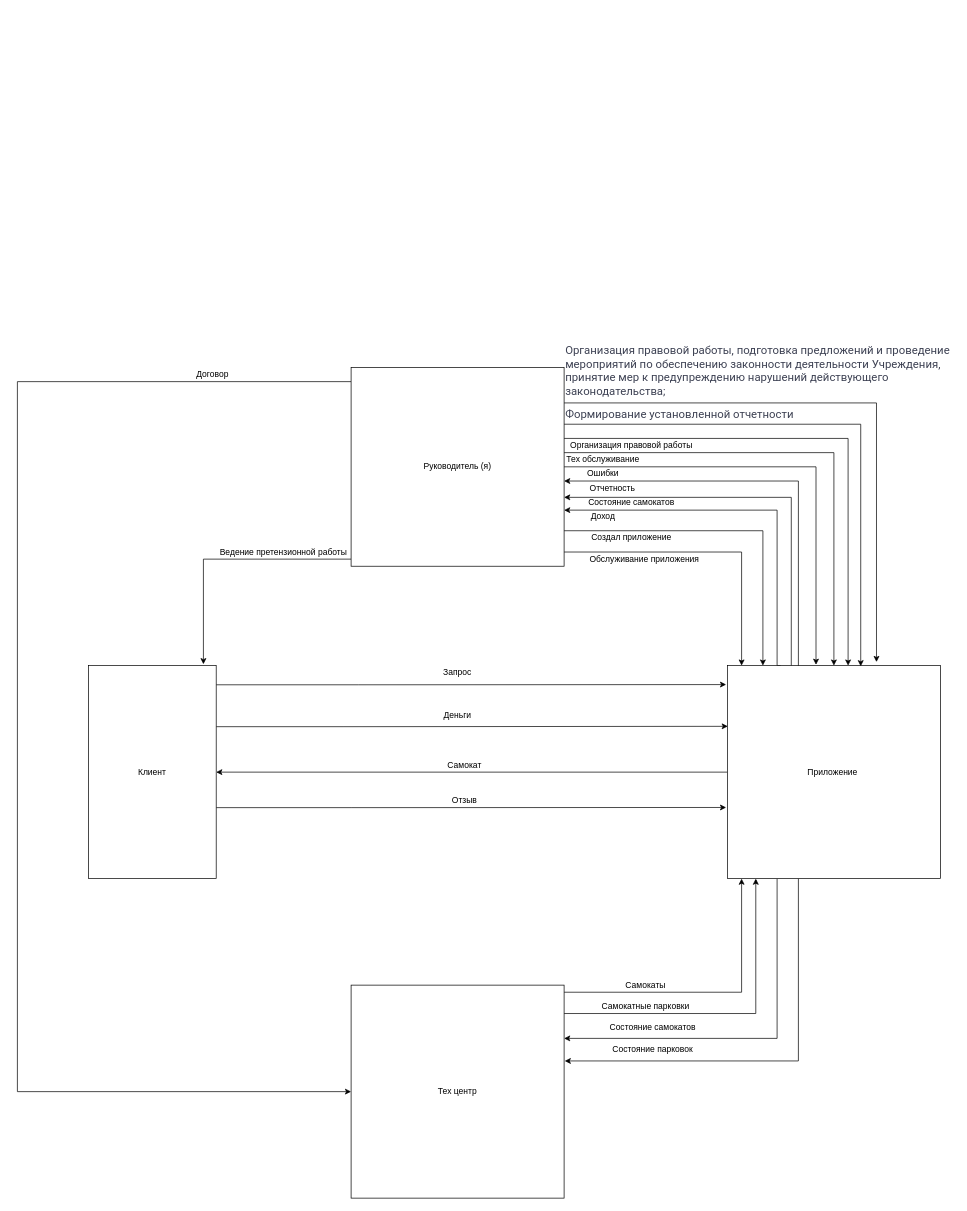
Before: Лаба 2.drawio in DenchikKoz/Nothink, a draw.io diagram. Source tidied: cells renumbered, new cells numbered last; positions are measured from the earlier drawing's top-left corner, leaving out a move shared by most shapes. Both pictures are drawn from the tidied source at 71%, with x=0, y=0 at pixel (17, 339).
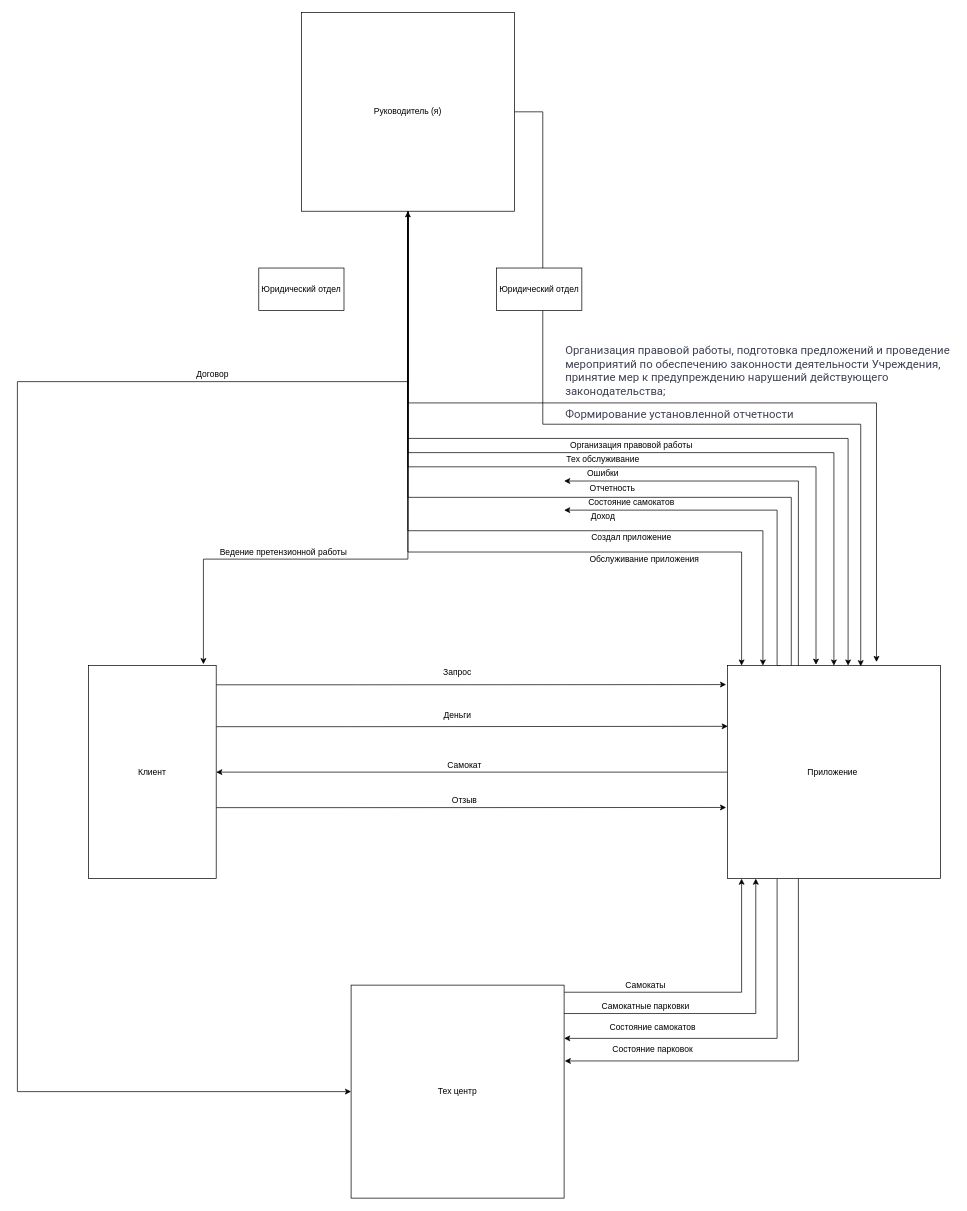
After the change.

The edit, as a diff of the source:
```diff
@@
     <mxCell id="21" value="Руководитель (я)" style="rounded=0;whiteSpace=wrap;html=1;" parent="1" vertex="1">
-      <mxGeometry x="470" y="40" width="300" height="280" as="geometry" />
+      <mxGeometry x="400" y="-460" width="300" height="280" as="geometry" />
     </mxCell>
@@
+    <mxCell id="46" value="Юридический отдел" style="rounded=0;whiteSpace=wrap;html=1;" parent="1" vertex="1">
+      <mxGeometry x="340" y="-100" width="120" height="60" as="geometry" />
+    </mxCell>
+    <mxCell id="47" value="Юридический отдел" style="rounded=0;whiteSpace=wrap;html=1;" parent="1" vertex="1">
+      <mxGeometry x="675" y="-100" width="120" height="60" as="geometry" />
+    </mxCell>
```
